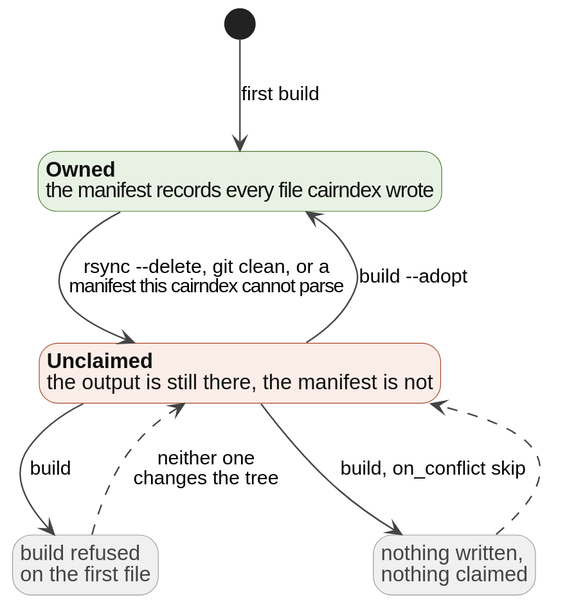
Above: docs/diagrams/ownership.svg in livingstaccato/cairn (PlantUML), before the change.
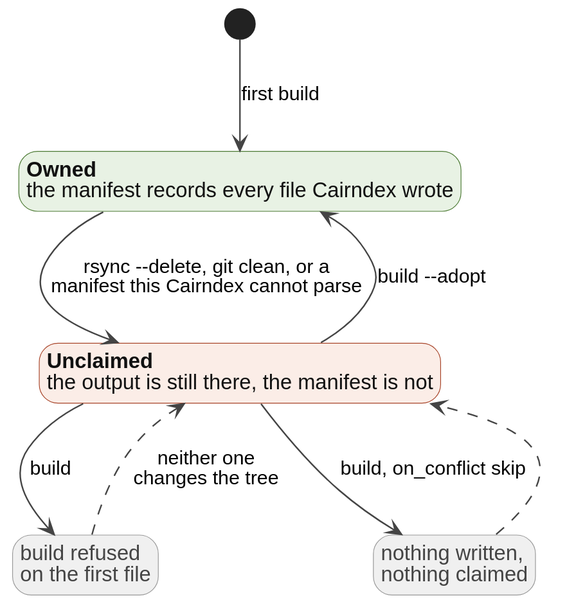
After the commit.

Change to the diagram source:
```diff
@@ -20,13 +20,13 @@
   FontColor<<dead>> #444444
 }
 
-state "**Owned**\nthe manifest records every file cairn wrote" as Owned <<good>>
+state "**Owned**\nthe manifest records every file Cairndex wrote" as Owned <<good>>
 state "**Unclaimed**\nthe output is still there, the manifest is not" as Unclaimed <<bad>>
 state "build refused\non the first file" as Refused <<dead>>
 state "nothing written,\nnothing claimed" as Frozen <<dead>>
 
 [*] --> Owned : first build
-Owned --> Unclaimed : rsync --delete, git clean, or a\nmanifest this cairn cannot parse
+Owned --> Unclaimed : rsync --delete, git clean, or a\nmanifest this Cairndex cannot parse
 Unclaimed --> Refused : build
 Unclaimed --> Frozen : build, on_conflict skip
 Refused -[dashed]-> Unclaimed : neither one\nchanges the tree
```
